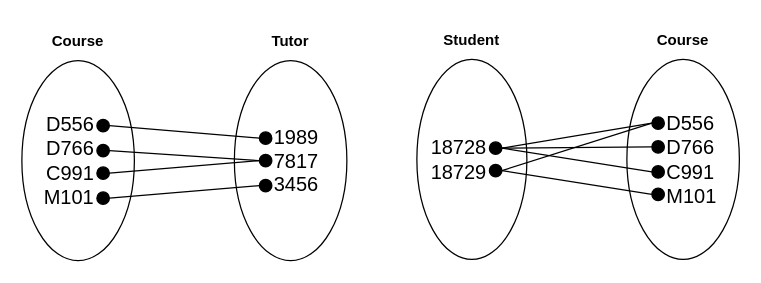
MrFriendCS/MrFriendCS.github.io keeps this draw.io diagram as page "EO CTS" (14 of 45) of higher/ddd/H-DDD-Clydeview/assets/Diagrams/H DDD Clydeview.drawio. Above is the earlier version. Source tidied: cells renumbered, new cells numbered last; positions are measured from the earlier drawing's top-left corner, leaving out a move shared by most shapes. Both pictures are drawn from the tidied source at 125%, with x=0, y=0 at pixel (21, 21).
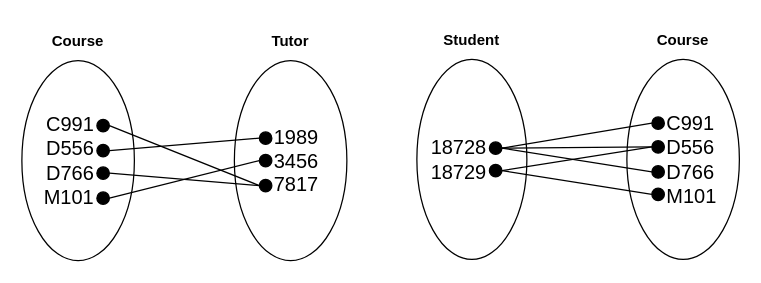
Above is the later version.

Change to the diagram source:
```diff
@@
-    <mxCell id="2" style="endArrow=none;html=1;rounded=0;entryX=1;entryY=0.5;entryDx=0;entryDy=0;exitX=0;exitY=0.5;exitDx=0;exitDy=0;" parent="1" edge="1" source="15" target="8">
-      <mxGeometry relative="1" as="geometry" />
-    </mxCell>
-    <mxCell id="3" style="endArrow=none;html=1;rounded=0;entryX=1;entryY=0.5;entryDx=0;entryDy=0;exitX=0;exitY=0.5;exitDx=0;exitDy=0;" parent="1" edge="1" source="18" target="11">
-      <mxGeometry relative="1" as="geometry" />
-    </mxCell>
-    <mxCell id="4" style="endArrow=none;html=1;rounded=0;entryX=1;entryY=0.5;entryDx=0;entryDy=0;exitX=0;exitY=0.5;exitDx=0;exitDy=0;" parent="1" edge="1" source="16" target="9">
-      <mxGeometry relative="1" as="geometry" />
-    </mxCell>
-    <mxCell id="5" style="endArrow=none;html=1;rounded=0;entryX=1;entryY=0.5;entryDx=0;entryDy=0;exitX=0;exitY=0.5;exitDx=0;exitDy=0;" parent="1" edge="1" source="16" target="10">
-      <mxGeometry relative="1" as="geometry" />
-    </mxCell>
-    <mxCell id="6" value="&lt;b&gt;Course&lt;/b&gt;" style="text;html=1;align=center;verticalAlign=middle;whiteSpace=wrap;rounded=0;" parent="1" vertex="1">
-      <mxGeometry x="15" y="1" width="60" height="30" as="geometry" />
-    </mxCell>
-    <mxCell id="7" style="ellipse;whiteSpace=wrap;html=1;fillColor=none;" parent="1" vertex="1">
-      <mxGeometry y="31" width="90" height="160" as="geometry" />
-    </mxCell>
-    <mxCell id="8" style="ellipse;whiteSpace=wrap;html=1;fillColor=#000000;flipH=0;" parent="1" vertex="1">
-      <mxGeometry x="60" y="78" width="10" height="10" as="geometry" />
-    </mxCell>
-    <mxCell id="9" style="ellipse;whiteSpace=wrap;html=1;fillColor=#000000;flipH=0;" parent="1" vertex="1">
-      <mxGeometry x="60" y="98" width="10" height="10" as="geometry" />
-    </mxCell>
-    <mxCell id="10" style="ellipse;whiteSpace=wrap;html=1;fillColor=#000000;flipH=0;" parent="1" vertex="1">
-      <mxGeometry x="60" y="116" width="10" height="10" as="geometry" />
-    </mxCell>
-    <mxCell id="11" style="ellipse;whiteSpace=wrap;html=1;fillColor=#000000;flipH=0;" parent="1" vertex="1">
-      <mxGeometry x="60" y="136" width="10" height="10" as="geometry" />
-    </mxCell>
-    <mxCell id="12" value="&lt;div&gt;&lt;span style=&quot;font-size:12.0pt;mso-bidi-font-size:14.0pt;&lt;br/&gt;font-family:&amp;quot;Arial&amp;quot;,sans-serif;mso-fareast-font-family:Calibri;mso-fareast-theme-font:&lt;br/&gt;minor-latin;mso-bidi-theme-font:minor-bidi;mso-ansi-language:EN-GB;mso-fareast-language:&lt;br/&gt;EN-US;mso-bidi-language:AR-SA&quot;&gt;D556&lt;/span&gt;&lt;/div&gt;&lt;div&gt;&lt;span style=&quot;font-size:12.0pt;mso-bidi-font-size:14.0pt;&lt;br/&gt;font-family:&amp;quot;Arial&amp;quot;,sans-serif;mso-fareast-font-family:Calibri;mso-fareast-theme-font:&lt;br/&gt;minor-latin;mso-bidi-theme-font:minor-bidi;mso-ansi-language:EN-GB;mso-fareast-language:&lt;br/&gt;EN-US;mso-bidi-language:AR-SA&quot;&gt;D766&lt;/span&gt;&lt;/div&gt;&lt;div&gt;&lt;span style=&quot;font-size:12.0pt;mso-bidi-font-size:14.0pt;&lt;br/&gt;font-family:&amp;quot;Arial&amp;quot;,sans-serif;mso-fareast-font-family:Calibri;mso-fareast-theme-font:&lt;br/&gt;minor-latin;mso-bidi-theme-font:minor-bidi;mso-ansi-language:EN-GB;mso-fareast-language:&lt;br/&gt;EN-US;mso-bidi-language:AR-SA&quot;&gt;C991&lt;/span&gt;&lt;/div&gt;&lt;div&gt;&lt;span style=&quot;font-size:12.0pt;mso-bidi-font-size:14.0pt;&lt;br/&gt;font-family:&amp;quot;Arial&amp;quot;,sans-serif;mso-fareast-font-family:Calibri;mso-fareast-theme-font:&lt;br/&gt;minor-latin;mso-bidi-theme-font:minor-bidi;mso-ansi-language:EN-GB;mso-fareast-language:&lt;br/&gt;EN-US;mso-bidi-language:AR-SA&quot;&gt;M101&lt;/span&gt;&lt;/div&gt;" style="text;html=1;align=right;verticalAlign=middle;whiteSpace=wrap;rounded=0;flipH=0;" parent="1" vertex="1">
-      <mxGeometry x="10" y="71" width="50" height="80" as="geometry" />
-    </mxCell>
-    <mxCell id="13" style="ellipse;whiteSpace=wrap;html=1;fillColor=none;" parent="1" vertex="1">
-      <mxGeometry x="170" y="31" width="90" height="160" as="geometry" />
-    </mxCell>
+    <mxCell id="36" style="endArrow=none;html=1;rounded=0;entryX=1;entryY=0.5;entryDx=0;entryDy=0;exitX=0;exitY=0.5;exitDx=0;exitDy=0;" parent="1" edge="1" source="51" target="42">
+      <mxGeometry relative="1" as="geometry" />
+    </mxCell>
+    <mxCell id="37" style="endArrow=none;html=1;rounded=0;entryX=1;entryY=0.5;entryDx=0;entryDy=0;exitX=0;exitY=0.5;exitDx=0;exitDy=0;" parent="1" edge="1" source="51" target="44">
+      <mxGeometry relative="1" as="geometry" />
+    </mxCell>
+    <mxCell id="38" style="endArrow=none;html=1;rounded=0;entryX=1;entryY=0.5;entryDx=0;entryDy=0;exitX=0;exitY=0.5;exitDx=0;exitDy=0;" parent="1" edge="1" source="48" target="43">
+      <mxGeometry relative="1" as="geometry" />
+    </mxCell>
+    <mxCell id="39" style="endArrow=none;html=1;rounded=0;entryX=1;entryY=0.5;entryDx=0;entryDy=0;exitX=0;exitY=0.5;exitDx=0;exitDy=0;" parent="1" edge="1" source="49" target="45">
+      <mxGeometry relative="1" as="geometry" />
+    </mxCell>
+    <mxCell id="40" value="&lt;b&gt;Course&lt;/b&gt;" style="text;html=1;align=center;verticalAlign=middle;whiteSpace=wrap;rounded=0;" parent="1" vertex="1">
+      <mxGeometry x="15" y="1" width="60" height="30" as="geometry" />
+    </mxCell>
+    <mxCell id="41" style="ellipse;whiteSpace=wrap;html=1;fillColor=none;" parent="1" vertex="1">
+      <mxGeometry y="31" width="90" height="160" as="geometry" />
+    </mxCell>
+    <mxCell id="42" style="ellipse;whiteSpace=wrap;html=1;fillColor=#000000;flipH=0;" parent="1" vertex="1">
+      <mxGeometry x="60" y="78" width="10" height="10" as="geometry" />
+    </mxCell>
+    <mxCell id="43" style="ellipse;whiteSpace=wrap;html=1;fillColor=#000000;flipH=0;" parent="1" vertex="1">
+      <mxGeometry x="60" y="98" width="10" height="10" as="geometry" />
+    </mxCell>
+    <mxCell id="44" style="ellipse;whiteSpace=wrap;html=1;fillColor=#000000;flipH=0;" parent="1" vertex="1">
+      <mxGeometry x="60" y="116" width="10" height="10" as="geometry" />
+    </mxCell>
+    <mxCell id="45" style="ellipse;whiteSpace=wrap;html=1;fillColor=#000000;flipH=0;" parent="1" vertex="1">
+      <mxGeometry x="60" y="136" width="10" height="10" as="geometry" />
+    </mxCell>
+    <mxCell id="46" value="&lt;div&gt;&lt;span style=&quot;font-size: 16px; background-color: initial;&quot;&gt;C991&lt;/span&gt;&lt;/div&gt;&lt;div&gt;&lt;span style=&quot;font-size:12.0pt;mso-bidi-font-size:14.0pt;&lt;br/&gt;font-family:&amp;quot;Arial&amp;quot;,sans-serif;mso-fareast-font-family:Calibri;mso-fareast-theme-font:&lt;br/&gt;minor-latin;mso-bidi-theme-font:minor-bidi;mso-ansi-language:EN-GB;mso-fareast-language:&lt;br/&gt;EN-US;mso-bidi-language:AR-SA&quot;&gt;D556&lt;/span&gt;&lt;/div&gt;&lt;div&gt;&lt;span style=&quot;font-size:12.0pt;mso-bidi-font-size:14.0pt;&lt;br/&gt;font-family:&amp;quot;Arial&amp;quot;,sans-serif;mso-fareast-font-family:Calibri;mso-fareast-theme-font:&lt;br/&gt;minor-latin;mso-bidi-theme-font:minor-bidi;mso-ansi-language:EN-GB;mso-fareast-language:&lt;br/&gt;EN-US;mso-bidi-language:AR-SA&quot;&gt;D766&lt;/span&gt;&lt;/div&gt;&lt;div&gt;&lt;span style=&quot;font-size:12.0pt;mso-bidi-font-size:14.0pt;&lt;br/&gt;font-family:&amp;quot;Arial&amp;quot;,sans-serif;mso-fareast-font-family:Calibri;mso-fareast-theme-font:&lt;br/&gt;minor-latin;mso-bidi-theme-font:minor-bidi;mso-ansi-language:EN-GB;mso-fareast-language:&lt;br/&gt;EN-US;mso-bidi-language:AR-SA&quot;&gt;M101&lt;/span&gt;&lt;/div&gt;" style="text;html=1;align=right;verticalAlign=middle;whiteSpace=wrap;rounded=0;flipH=0;" parent="1" vertex="1">
+      <mxGeometry x="10" y="71" width="50" height="80" as="geometry" />
+    </mxCell>
+    <mxCell id="47" style="ellipse;whiteSpace=wrap;html=1;fillColor=none;" parent="1" vertex="1">
+      <mxGeometry x="170" y="31" width="90" height="160" as="geometry" />
+    </mxCell>
@@
-    <mxCell id="15" style="ellipse;whiteSpace=wrap;html=1;fillColor=#000000;" parent="1" vertex="1">
-      <mxGeometry x="190" y="88" width="10" height="10" as="geometry" />
-    </mxCell>
-    <mxCell id="16" style="ellipse;whiteSpace=wrap;html=1;fillColor=#000000;" parent="1" vertex="1">
-      <mxGeometry x="190" y="106" width="10" height="10" as="geometry" />
-    </mxCell>
-    <mxCell id="17" value="&lt;span style=&quot;font-size: 16px;&quot;&gt;1989&lt;/span&gt;&lt;div&gt;&lt;span style=&quot;font-size: 16px;&quot;&gt;7817&lt;/span&gt;&lt;/div&gt;&lt;div&gt;&lt;span style=&quot;font-size: 16px;&quot;&gt;3456&lt;/span&gt;&lt;/div&gt;" style="text;html=1;align=left;verticalAlign=middle;whiteSpace=wrap;rounded=0;" parent="1" vertex="1">
-      <mxGeometry x="200" y="81" width="46" height="60" as="geometry" />
-    </mxCell>
-    <mxCell id="18" style="ellipse;whiteSpace=wrap;html=1;fillColor=#000000;" parent="1" vertex="1">
-      <mxGeometry x="190" y="126" width="10" height="10" as="geometry" />
-    </mxCell>
-    <mxCell id="19" style="endArrow=none;html=1;rounded=0;entryX=1;entryY=0.5;entryDx=0;entryDy=0;exitX=0;exitY=0.5;exitDx=0;exitDy=0;" parent="1" edge="1" source="35" target="27">
-      <mxGeometry relative="1" as="geometry" />
-    </mxCell>
-    <mxCell id="20" style="endArrow=none;html=1;rounded=0;entryX=1;entryY=0.5;entryDx=0;entryDy=0;exitX=0;exitY=0.5;exitDx=0;exitDy=0;" parent="1" edge="1" source="34" target="26">
-      <mxGeometry relative="1" as="geometry" />
-    </mxCell>
-    <mxCell id="21" style="endArrow=none;html=1;rounded=0;exitX=0;exitY=0.5;exitDx=0;exitDy=0;entryX=1;entryY=0.5;entryDx=0;entryDy=0;" parent="1" edge="1" source="31" target="26">
-      <mxGeometry relative="1" as="geometry" />
-    </mxCell>
-    <mxCell id="22" style="endArrow=none;html=1;rounded=0;entryX=1;entryY=0.5;entryDx=0;entryDy=0;exitX=0;exitY=0.5;exitDx=0;exitDy=0;" parent="1" edge="1" source="32" target="26">
-      <mxGeometry relative="1" as="geometry" />
-    </mxCell>
-    <mxCell id="23" style="endArrow=none;html=1;rounded=0;entryX=1;entryY=0.5;entryDx=0;entryDy=0;exitX=0;exitY=0.5;exitDx=0;exitDy=0;" parent="1" edge="1" source="31" target="27">
-      <mxGeometry relative="1" as="geometry" />
-    </mxCell>
+    <mxCell id="48" style="ellipse;whiteSpace=wrap;html=1;fillColor=#000000;" parent="1" vertex="1">
+      <mxGeometry x="190" y="88" width="10" height="10" as="geometry" />
+    </mxCell>
+    <mxCell id="49" style="ellipse;whiteSpace=wrap;html=1;fillColor=#000000;" parent="1" vertex="1">
+      <mxGeometry x="190" y="106" width="10" height="10" as="geometry" />
+    </mxCell>
+    <mxCell id="50" value="&lt;span style=&quot;font-size: 16px;&quot;&gt;1989&lt;/span&gt;&lt;div&gt;&lt;span style=&quot;font-size: 16px;&quot;&gt;3456&lt;/span&gt;&lt;/div&gt;&lt;div&gt;&lt;span style=&quot;font-size: 16px;&quot;&gt;7817&lt;/span&gt;&lt;span style=&quot;font-size: 16px;&quot;&gt;&lt;br&gt;&lt;/span&gt;&lt;/div&gt;" style="text;html=1;align=left;verticalAlign=middle;whiteSpace=wrap;rounded=0;" parent="1" vertex="1">
+      <mxGeometry x="200" y="81" width="46" height="60" as="geometry" />
+    </mxCell>
+    <mxCell id="51" style="ellipse;whiteSpace=wrap;html=1;fillColor=#000000;" parent="1" vertex="1">
+      <mxGeometry x="190" y="126" width="10" height="10" as="geometry" />
+    </mxCell>
+    <mxCell id="52" style="endArrow=none;html=1;rounded=0;entryX=1;entryY=0.5;entryDx=0;entryDy=0;exitX=0;exitY=0.5;exitDx=0;exitDy=0;" parent="1" edge="1" source="66" target="59">
+      <mxGeometry relative="1" as="geometry" />
+    </mxCell>
+    <mxCell id="53" style="endArrow=none;html=1;rounded=0;entryX=1;entryY=0.5;entryDx=0;entryDy=0;exitX=0;exitY=0.5;exitDx=0;exitDy=0;" parent="1" edge="1" source="65" target="58">
+      <mxGeometry relative="1" as="geometry" />
+    </mxCell>
+    <mxCell id="54" style="endArrow=none;html=1;rounded=0;exitX=0;exitY=0.5;exitDx=0;exitDy=0;entryX=1;entryY=0.5;entryDx=0;entryDy=0;" parent="1" edge="1" source="62" target="58">
+      <mxGeometry relative="1" as="geometry" />
+    </mxCell>
+    <mxCell id="55" style="endArrow=none;html=1;rounded=0;entryX=1;entryY=0.5;entryDx=0;entryDy=0;exitX=0;exitY=0.5;exitDx=0;exitDy=0;" parent="1" edge="1" source="63" target="58">
+      <mxGeometry relative="1" as="geometry" />
+    </mxCell>
+    <mxCell id="56" style="endArrow=none;html=1;rounded=0;entryX=1;entryY=0.5;entryDx=0;entryDy=0;exitX=0;exitY=0.5;exitDx=0;exitDy=0;" parent="1" edge="1" source="63" target="59">
+      <mxGeometry relative="1" as="geometry" />
+    </mxCell>
@@
-    <mxCell id="25" style="ellipse;whiteSpace=wrap;html=1;fillColor=none;" parent="1" vertex="1">
-      <mxGeometry x="316" y="30" width="88" height="160" as="geometry" />
-    </mxCell>
-    <mxCell id="26" style="ellipse;whiteSpace=wrap;html=1;fillColor=#000000;flipH=0;" parent="1" vertex="1">
-      <mxGeometry x="374" y="96" width="10" height="10" as="geometry" />
-    </mxCell>
-    <mxCell id="27" style="ellipse;whiteSpace=wrap;html=1;fillColor=#000000;flipH=0;" parent="1" vertex="1">
-      <mxGeometry x="374" y="114" width="10" height="10" as="geometry" />
-    </mxCell>
+    <mxCell id="57" style="ellipse;whiteSpace=wrap;html=1;fillColor=none;" parent="1" vertex="1">
+      <mxGeometry x="316" y="30" width="88" height="160" as="geometry" />
+    </mxCell>
+    <mxCell id="58" style="ellipse;whiteSpace=wrap;html=1;fillColor=#000000;flipH=0;" parent="1" vertex="1">
+      <mxGeometry x="374" y="96" width="10" height="10" as="geometry" />
+    </mxCell>
+    <mxCell id="59" style="ellipse;whiteSpace=wrap;html=1;fillColor=#000000;flipH=0;" parent="1" vertex="1">
+      <mxGeometry x="374" y="114" width="10" height="10" as="geometry" />
+    </mxCell>
@@
-    <mxCell id="29" style="ellipse;whiteSpace=wrap;html=1;fillColor=none;" parent="1" vertex="1">
-      <mxGeometry x="484" y="30" width="90" height="160" as="geometry" />
-    </mxCell>
-    <mxCell id="30" value="&lt;b&gt;Course&lt;/b&gt;" style="text;html=1;align=center;verticalAlign=middle;whiteSpace=wrap;rounded=0;" parent="1" vertex="1">
-      <mxGeometry x="499" width="60" height="30" as="geometry" />
-    </mxCell>
-    <mxCell id="31" style="ellipse;whiteSpace=wrap;html=1;fillColor=#000000;" parent="1" vertex="1">
-      <mxGeometry x="504" y="76" width="10" height="10" as="geometry" />
-    </mxCell>
-    <mxCell id="32" style="ellipse;whiteSpace=wrap;html=1;fillColor=#000000;" parent="1" vertex="1">
-      <mxGeometry x="504" y="95" width="10" height="10" as="geometry" />
-    </mxCell>
-    <mxCell id="33" value="&lt;div style=&quot;&quot;&gt;&lt;span style=&quot;font-size: 12pt;&quot;&gt;D556&lt;/span&gt;&lt;/div&gt;&lt;div style=&quot;&quot;&gt;&lt;span style=&quot;font-size: 12pt;&quot;&gt;D766&lt;/span&gt;&lt;/div&gt;&lt;div style=&quot;&quot;&gt;&lt;span style=&quot;font-size: 12pt;&quot;&gt;C991&lt;/span&gt;&lt;/div&gt;&lt;div style=&quot;&quot;&gt;&lt;span style=&quot;font-size: 12pt;&quot;&gt;M101&lt;/span&gt;&lt;/div&gt;" style="text;html=1;align=left;verticalAlign=middle;whiteSpace=wrap;rounded=0;" parent="1" vertex="1">
-      <mxGeometry x="514" y="70" width="42" height="80" as="geometry" />
-    </mxCell>
-    <mxCell id="34" style="ellipse;whiteSpace=wrap;html=1;fillColor=#000000;" parent="1" vertex="1">
-      <mxGeometry x="504" y="115" width="10" height="10" as="geometry" />
-    </mxCell>
-    <mxCell id="35" style="ellipse;whiteSpace=wrap;html=1;fillColor=#000000;" parent="1" vertex="1">
-      <mxGeometry x="504" y="133" width="10" height="10" as="geometry" />
-    </mxCell>
+    <mxCell id="60" style="ellipse;whiteSpace=wrap;html=1;fillColor=none;" parent="1" vertex="1">
+      <mxGeometry x="484" y="30" width="90" height="160" as="geometry" />
+    </mxCell>
+    <mxCell id="61" value="&lt;b&gt;Course&lt;/b&gt;" style="text;html=1;align=center;verticalAlign=middle;whiteSpace=wrap;rounded=0;" parent="1" vertex="1">
+      <mxGeometry x="499" width="60" height="30" as="geometry" />
+    </mxCell>
+    <mxCell id="62" style="ellipse;whiteSpace=wrap;html=1;fillColor=#000000;" parent="1" vertex="1">
+      <mxGeometry x="504" y="76" width="10" height="10" as="geometry" />
+    </mxCell>
+    <mxCell id="63" style="ellipse;whiteSpace=wrap;html=1;fillColor=#000000;" parent="1" vertex="1">
+      <mxGeometry x="504" y="95" width="10" height="10" as="geometry" />
+    </mxCell>
+    <mxCell id="64" value="&lt;div style=&quot;&quot;&gt;&lt;span style=&quot;font-size: 16px; background-color: initial;&quot;&gt;C991&lt;/span&gt;&lt;/div&gt;&lt;div style=&quot;&quot;&gt;&lt;span style=&quot;font-size: 12pt;&quot;&gt;D556&lt;/span&gt;&lt;/div&gt;&lt;div style=&quot;&quot;&gt;&lt;span style=&quot;font-size: 12pt;&quot;&gt;D766&lt;/span&gt;&lt;/div&gt;&lt;div style=&quot;&quot;&gt;&lt;span style=&quot;font-size: 12pt;&quot;&gt;M101&lt;/span&gt;&lt;/div&gt;" style="text;html=1;align=left;verticalAlign=middle;whiteSpace=wrap;rounded=0;" parent="1" vertex="1">
+      <mxGeometry x="514" y="70" width="42" height="80" as="geometry" />
+    </mxCell>
+    <mxCell id="65" style="ellipse;whiteSpace=wrap;html=1;fillColor=#000000;" parent="1" vertex="1">
+      <mxGeometry x="504" y="115" width="10" height="10" as="geometry" />
+    </mxCell>
+    <mxCell id="66" style="ellipse;whiteSpace=wrap;html=1;fillColor=#000000;" parent="1" vertex="1">
+      <mxGeometry x="504" y="133" width="10" height="10" as="geometry" />
+    </mxCell>
```
